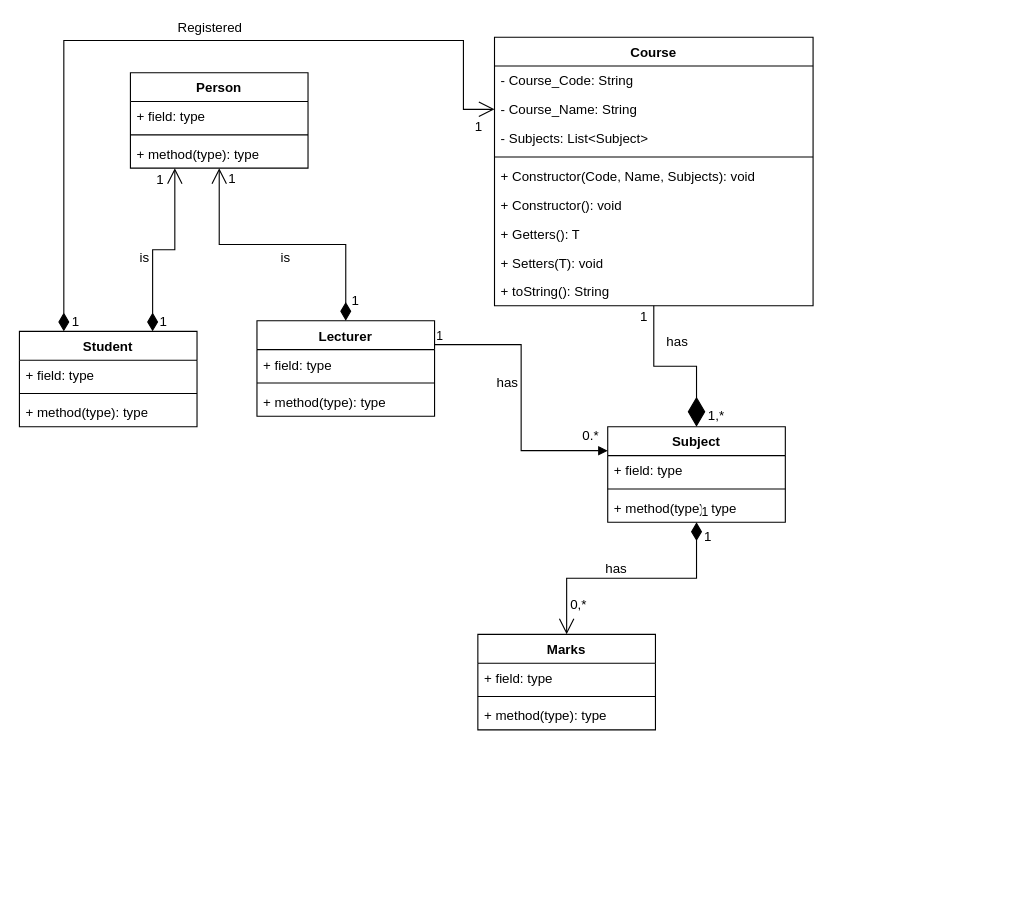
The draw.io diagram ADP_StudentPortal.drawio in LoganKalib/ADP-UML-project, before the edit. Source tidied: cells renumbered, new cells numbered last; positions are measured from the earlier drawing's top-left corner, leaving out a move shared by most shapes. Both pictures are drawn from the tidied source at 111%, with x=0, y=0 at pixel (19, 19).
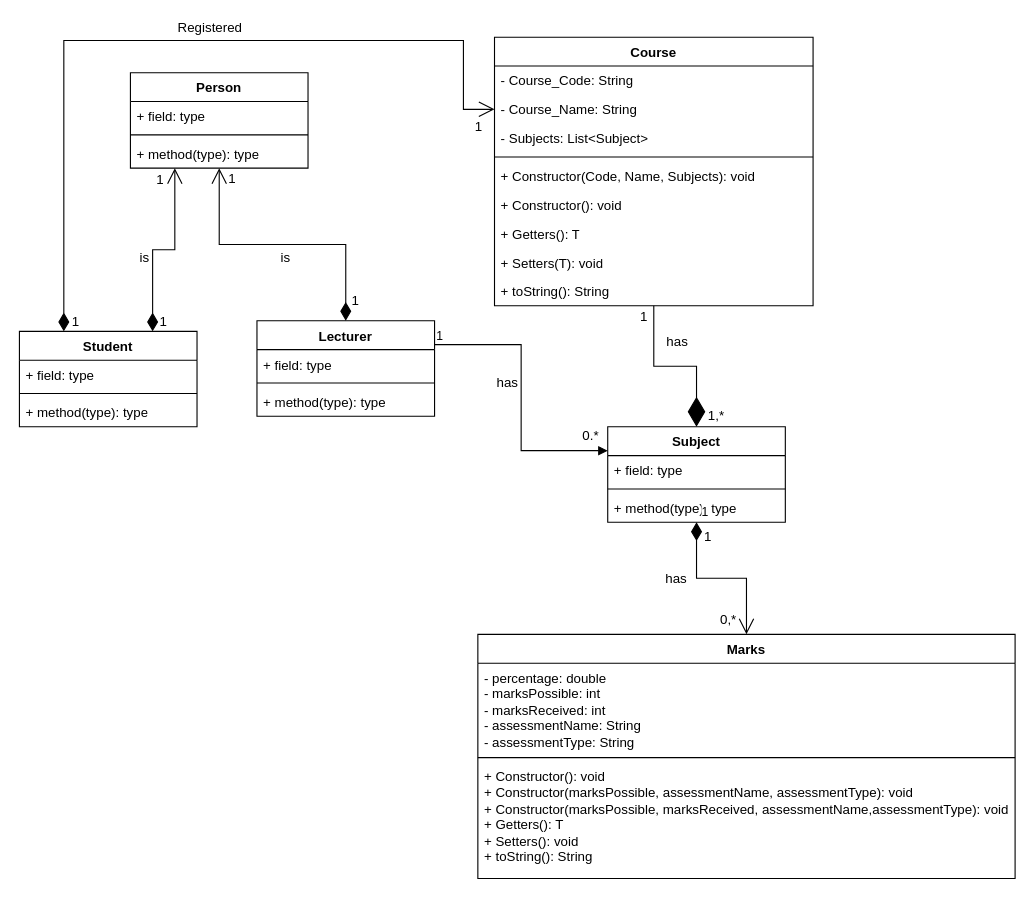
Above is the later version.

Commit message:
Edited Domain Class Diagram

The edit, as a diff of the source:
```diff
@@
     <mxCell id="14" value="Marks" style="swimlane;fontStyle=1;align=center;verticalAlign=top;horizontal=1;startSize=26;whiteSpace=wrap;html=1;" parent="1" vertex="1">
-      <mxGeometry x="413" y="554" width="160" height="86" as="geometry" />
+      <mxGeometry x="413" y="554" width="484" height="220" as="geometry" />
     </mxCell>
-    <mxCell id="15" value="+ field: type" style="text;strokeColor=none;fillColor=none;align=left;verticalAlign=top;spacingLeft=4;spacingRight=4;overflow=hidden;whiteSpace=wrap;html=1;" parent="14" vertex="1">
-      <mxGeometry y="26" width="160" height="26" as="geometry" />
+    <mxCell id="15" value="- percentage: double&lt;br&gt;- marksPossible: int&lt;br&gt;- marksReceived: int&lt;br&gt;- assessmentName: String&lt;br&gt;- assessmentType: String" style="text;strokeColor=none;fillColor=none;align=left;verticalAlign=top;spacingLeft=4;spacingRight=4;overflow=hidden;whiteSpace=wrap;html=1;" parent="14" vertex="1">
+      <mxGeometry y="26" width="484" height="81" as="geometry" />
     </mxCell>
     <mxCell id="16" style="line;strokeWidth=1;fillColor=none;align=left;verticalAlign=middle;spacingTop=-1;spacingLeft=3;spacingRight=3;labelPosition=right;strokeColor=inherit;" parent="14" vertex="1">
-      <mxGeometry y="52" width="160" height="8" as="geometry" />
+      <mxGeometry y="107" width="484" height="8" as="geometry" />
     </mxCell>
-    <mxCell id="17" value="+ method(type): type" style="text;strokeColor=none;fillColor=none;align=left;verticalAlign=top;spacingLeft=4;spacingRight=4;overflow=hidden;whiteSpace=wrap;html=1;" parent="14" vertex="1">
-      <mxGeometry y="60" width="160" height="26" as="geometry" />
+    <mxCell id="17" value="+ Constructor(): void&lt;br&gt;+ Constructor(marksPossible, assessmentName, assessmentType): void&lt;br&gt;+ Constructor(marksPossible, marksReceived, assessmentName,assessmentType): void&lt;br&gt;+ Getters(): T&lt;br&gt;+ Setters(): void&lt;br&gt;+ toString(): String" style="text;strokeColor=none;fillColor=none;align=left;verticalAlign=top;spacingLeft=4;spacingRight=4;overflow=hidden;whiteSpace=wrap;html=1;" parent="14" vertex="1">
+      <mxGeometry y="115" width="484" height="105" as="geometry" />
     </mxCell>
@@
     <mxCell id="37" value="has" style="text;html=1;align=center;verticalAlign=middle;whiteSpace=wrap;rounded=0;" parent="1" vertex="1">
-      <mxGeometry x="519" y="486" width="38" height="18" as="geometry" />
+      <mxGeometry x="573" y="495" width="38" height="18" as="geometry" />
     </mxCell>
@@
     <mxCell id="39" value="0,*" style="text;html=1;align=center;verticalAlign=middle;whiteSpace=wrap;rounded=0;" parent="1" vertex="1">
-      <mxGeometry x="487" y="517" width="34" height="22" as="geometry" />
+      <mxGeometry x="622" y="530" width="34" height="22" as="geometry" />
     </mxCell>
```
